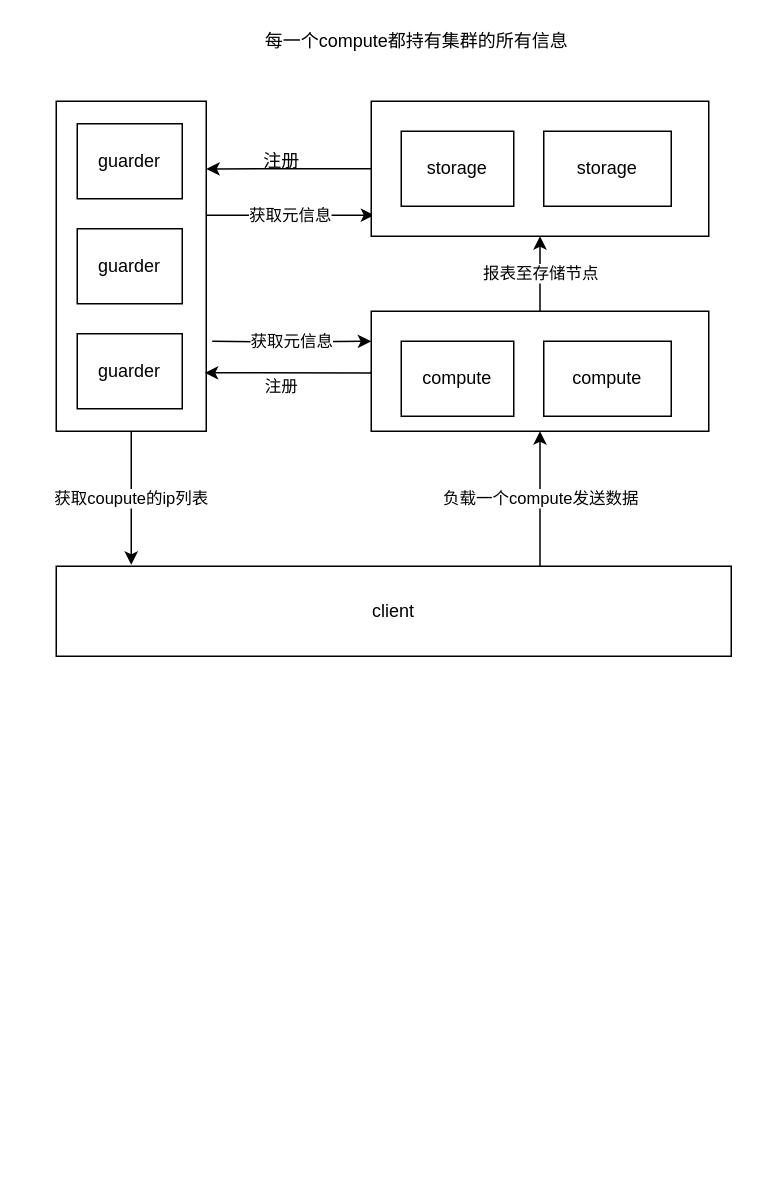
The draw.io diagram 架构图.drawio in ZaynJiang/heimdall, before the edit. Source tidied: cells renumbered, new cells numbered last; positions are measured from the earlier drawing's top-left corner, leaving out a move shared by most shapes. Both pictures are drawn from the tidied source at 150%, with x=0, y=0 at pixel (56, 26).
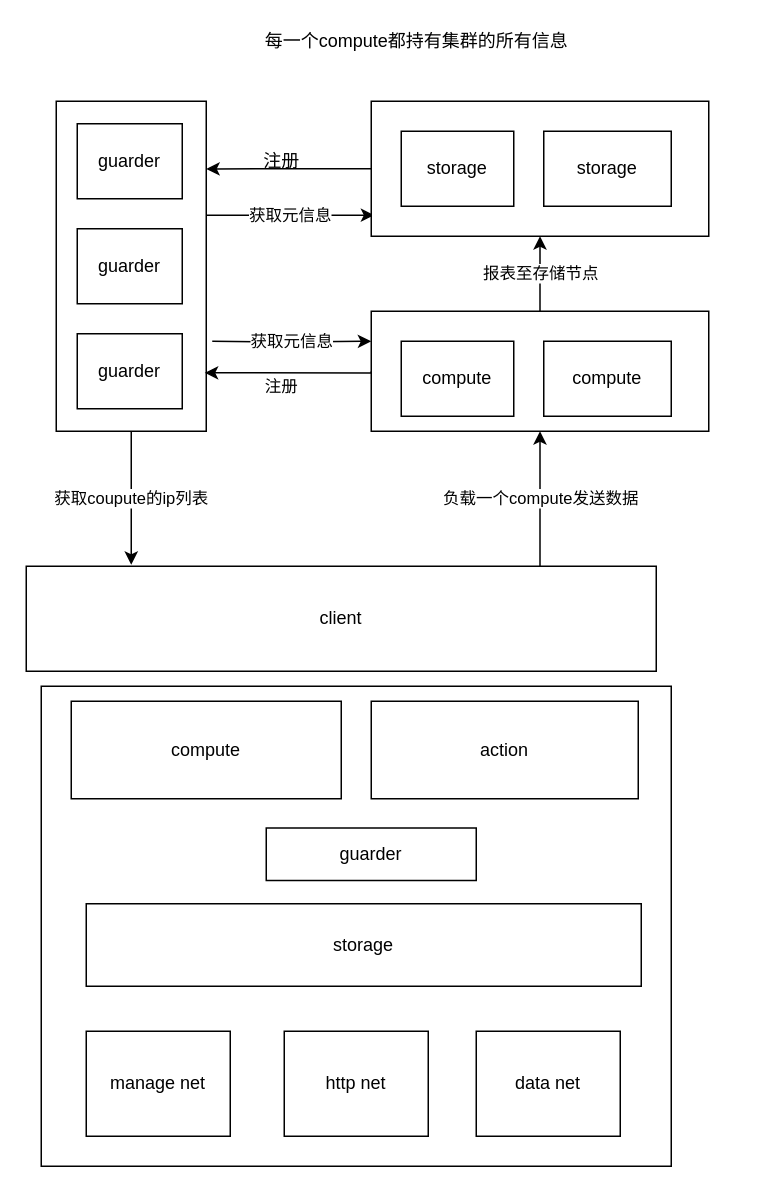
Above is the later version.

Commit message (it also covers changes not shown here):
add action rpc thought

What changed in the source:
```diff
@@
     <mxCell id="8" value="client" style="rounded=0;whiteSpace=wrap;html=1;" parent="1" vertex="1">
-      <mxGeometry y="360" width="450" height="60" as="geometry" />
+      <mxGeometry x="-20" y="360" width="420" height="70" as="geometry" />
     </mxCell>
@@
+    <mxCell id="22" style="rounded=0;whiteSpace=wrap;html=1;" parent="1" vertex="1">
+      <mxGeometry x="-10" y="440" width="420" height="320" as="geometry" />
+    </mxCell>
+    <mxCell id="23" value="manage net" style="rounded=0;whiteSpace=wrap;html=1;" parent="1" vertex="1">
+      <mxGeometry x="20" y="670" width="96" height="70" as="geometry" />
+    </mxCell>
+    <mxCell id="24" value="data net" style="rounded=0;whiteSpace=wrap;html=1;" parent="1" vertex="1">
+      <mxGeometry x="280" y="670" width="96" height="70" as="geometry" />
+    </mxCell>
+    <mxCell id="25" value="&lt;span&gt;http net&lt;/span&gt;" style="rounded=0;whiteSpace=wrap;html=1;" parent="1" vertex="1">
+      <mxGeometry x="152" y="670" width="96" height="70" as="geometry" />
+    </mxCell>
+    <mxCell id="26" value="guarder" style="rounded=0;whiteSpace=wrap;html=1;" parent="1" vertex="1">
+      <mxGeometry x="140" y="534.5" width="140" height="35" as="geometry" />
+    </mxCell>
+    <mxCell id="27" value="compute" style="rounded=0;whiteSpace=wrap;html=1;" parent="1" vertex="1">
+      <mxGeometry x="10" y="450" width="180" height="65" as="geometry" />
+    </mxCell>
+    <mxCell id="28" value="storage" style="rounded=0;whiteSpace=wrap;html=1;" parent="1" vertex="1">
+      <mxGeometry x="20" y="585" width="370" height="55" as="geometry" />
+    </mxCell>
+    <mxCell id="29" value="action" style="rounded=0;whiteSpace=wrap;html=1;" parent="1" vertex="1">
+      <mxGeometry x="210" y="450" width="178" height="65" as="geometry" />
+    </mxCell>
```
